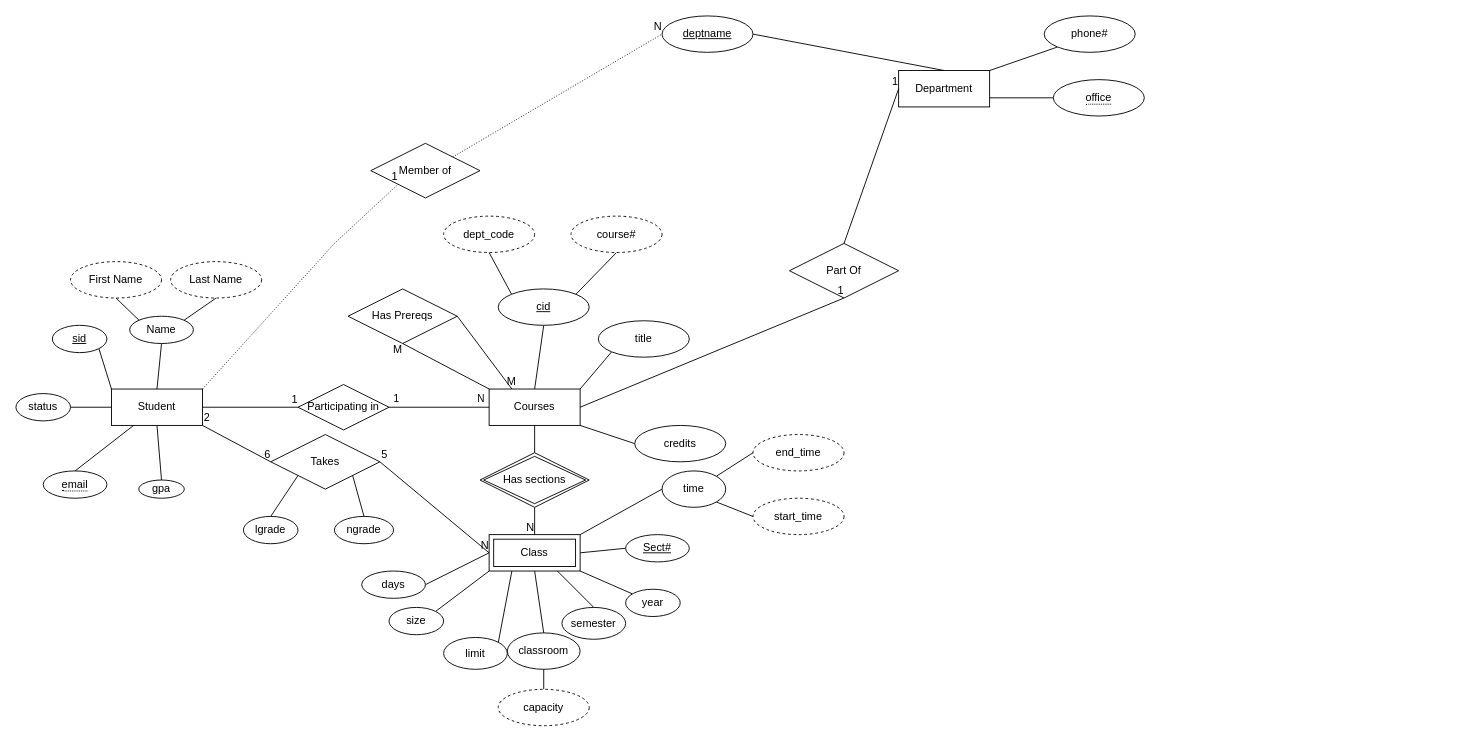
Earlier version of the draw.io diagram Untitled Diagram.drawio (XChronosCS/CS432). Source tidied: cells renumbered, new cells numbered last; positions are measured from the earlier drawing's top-left corner, leaving out a move shared by most shapes. Both pictures are drawn from the tidied source at 91%, with x=0, y=0 at pixel (15, 15).
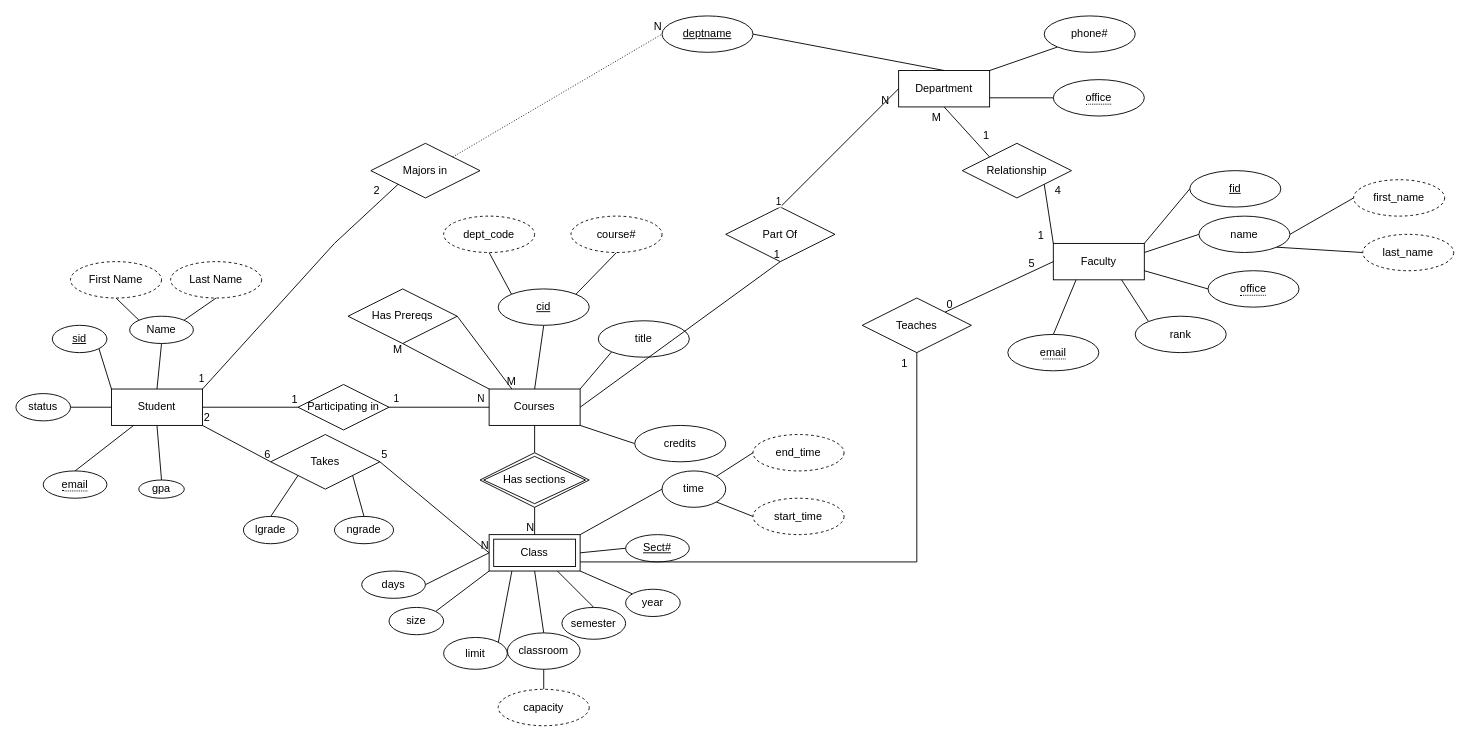
After the change.

Commit message:
pretty much finished

Unchanged cells that the change refers to:
```xml
<mxCell id="2" value="Student" style="whiteSpace=wrap;html=1;align=center;fontColor=default;" parent="1" vertex="1">
  <mxGeometry x="105" y="410" width="100" height="40" as="geometry" />
</mxCell>
<mxCell id="40" value="Class&lt;br&gt;" style="shape=ext;margin=3;double=1;whiteSpace=wrap;html=1;align=center;fontColor=default;" parent="1" vertex="1">
  <mxGeometry x="520" y="570" width="100" height="40" as="geometry" />
</mxCell>
<mxCell id="70" value="Department" style="whiteSpace=wrap;html=1;align=center;fontColor=default;" parent="1" vertex="1">
  <mxGeometry x="970" y="60" width="100" height="40" as="geometry" />
</mxCell>
<mxCell id="78" style="endArrow=none;html=1;rounded=0;fontColor=default;entryX=0;entryY=0.5;entryDx=0;entryDy=0;exitX=0.5;exitY=0;exitDx=0;exitDy=0;" parent="1" edge="1" source="75" target="70">
  <mxGeometry relative="1" as="geometry" />
</mxCell>
```

Change to the diagram source:
```diff
@@
     <mxCell id="75" value="Part Of" style="shape=rhombus;perimeter=rhombusPerimeter;whiteSpace=wrap;html=1;align=center;fontColor=default;" parent="1" vertex="1">
-      <mxGeometry x="850" y="250" width="120" height="60" as="geometry" />
+      <mxGeometry x="780" y="210" width="120" height="60" as="geometry" />
     </mxCell>
@@
-    <mxCell id="79" value="1" style="html=1;align=right;verticalAlign=bottom;" parent="78" vertex="1">
-      <mxGeometry x="1" relative="1" as="geometry" />
+    <mxCell id="79" value="N" style="html=1;align=right;verticalAlign=bottom;" parent="78" vertex="1">
+      <mxGeometry x="1" relative="1" as="geometry">
+        <mxPoint x="-10" y="21" as="offset" />
+      </mxGeometry>
     </mxCell>
+    <mxCell id="94" value="1" style="edgeLabel;html=1;align=center;verticalAlign=middle;fontColor=default;" parent="78" vertex="1">
+      <mxGeometry x="-0.86" y="1" relative="1" as="geometry">
+        <mxPoint x="-11" y="3" as="offset" />
+      </mxGeometry>
+    </mxCell>
@@
-    <mxCell id="82" value="Member of" style="shape=rhombus;perimeter=rhombusPerimeter;whiteSpace=wrap;html=1;align=center;fontColor=default;" parent="1" vertex="1">
+    <mxCell id="82" value="Majors in" style="shape=rhombus;perimeter=rhombusPerimeter;whiteSpace=wrap;html=1;align=center;fontColor=default;" parent="1" vertex="1">
       <mxGeometry x="390" y="140" width="120" height="60" as="geometry" />
     </mxCell>
-    <mxCell id="83" style="endArrow=none;html=1;rounded=0;dashed=1;dashPattern=1 2;fontColor=default;entryX=0;entryY=1;entryDx=0;entryDy=0;exitX=1;exitY=0;exitDx=0;exitDy=0;" parent="1" edge="1" source="2" target="82">
+    <mxCell id="83" style="endArrow=none;html=1;rounded=0;fontColor=default;entryX=0;entryY=1;entryDx=0;entryDy=0;exitX=1;exitY=0;exitDx=0;exitDy=0;" parent="1" edge="1" source="2" target="82">
       <mxGeometry relative="1" as="geometry">
         <Array as="points">
           <mxPoint x="350" y="250" />
         </Array>
       </mxGeometry>
     </mxCell>
-    <mxCell id="84" value="1" style="html=1;align=right;verticalAlign=bottom;" parent="83" vertex="1">
-      <mxGeometry x="1" relative="1" as="geometry" />
+    <mxCell id="84" value="2" style="html=1;align=right;verticalAlign=bottom;" parent="83" vertex="1">
+      <mxGeometry x="1" relative="1" as="geometry">
+        <mxPoint x="-20" y="15" as="offset" />
+      </mxGeometry>
     </mxCell>
+    <mxCell id="95" value="1&lt;br&gt;" style="edgeLabel;html=1;align=center;verticalAlign=middle;fontColor=default;" parent="83" vertex="1">
+      <mxGeometry x="-0.7" y="-1" relative="1" as="geometry">
+        <mxPoint x="-34" y="23" as="offset" />
+      </mxGeometry>
+    </mxCell>
@@
+    <mxCell id="96" style="edgeStyle=none;rounded=0;jettySize=auto;html=1;exitX=1;exitY=0.25;exitDx=0;exitDy=0;entryX=0;entryY=0.5;entryDx=0;entryDy=0;fontColor=default;endArrow=none;endFill=0;" parent="1" edge="1" source="97" target="101">
+      <mxGeometry relative="1" as="geometry" />
+    </mxCell>
+    <mxCell id="97" value="Faculty" style="whiteSpace=wrap;html=1;align=center;fontColor=default;" parent="1" vertex="1">
+      <mxGeometry x="1140" y="250" width="100" height="40" as="geometry" />
+    </mxCell>
+    <mxCell id="98" style="edgeStyle=none;rounded=0;jettySize=auto;html=1;exitX=0;exitY=0.5;exitDx=0;exitDy=0;entryX=1;entryY=0;entryDx=0;entryDy=0;fontColor=default;endArrow=none;endFill=0;" parent="1" edge="1" source="99" target="97">
+      <mxGeometry relative="1" as="geometry" />
+    </mxCell>
+    <mxCell id="99" value="fid" style="ellipse;whiteSpace=wrap;html=1;align=center;fontStyle=4;fontColor=default;" parent="1" vertex="1">
+      <mxGeometry x="1290" y="170" width="100" height="40" as="geometry" />
+    </mxCell>
+    <mxCell id="100" style="edgeStyle=none;rounded=0;jettySize=auto;html=1;exitX=1;exitY=0.5;exitDx=0;exitDy=0;entryX=0;entryY=0.5;entryDx=0;entryDy=0;fontColor=default;endArrow=none;endFill=0;" parent="1" edge="1" source="101" target="102">
+      <mxGeometry relative="1" as="geometry" />
+    </mxCell>
+    <mxCell id="101" value="name" style="ellipse;whiteSpace=wrap;html=1;align=center;fontColor=default;" parent="1" vertex="1">
+      <mxGeometry x="1300" y="220" width="100" height="40" as="geometry" />
+    </mxCell>
+    <mxCell id="102" value="first_name" style="ellipse;whiteSpace=wrap;html=1;align=center;dashed=1;fontColor=default;" parent="1" vertex="1">
+      <mxGeometry x="1470" y="180" width="100" height="40" as="geometry" />
+    </mxCell>
+    <mxCell id="103" style="edgeStyle=none;rounded=0;jettySize=auto;html=1;exitX=0;exitY=0.5;exitDx=0;exitDy=0;entryX=1;entryY=1;entryDx=0;entryDy=0;fontColor=default;endArrow=none;endFill=0;" parent="1" edge="1" source="104" target="101">
+      <mxGeometry relative="1" as="geometry" />
+    </mxCell>
+    <mxCell id="104" value="last_name" style="ellipse;whiteSpace=wrap;html=1;align=center;dashed=1;fontColor=default;" parent="1" vertex="1">
+      <mxGeometry x="1480" y="240" width="100" height="40" as="geometry" />
+    </mxCell>
+    <mxCell id="105" style="edgeStyle=none;rounded=0;jettySize=auto;html=1;exitX=0;exitY=0.5;exitDx=0;exitDy=0;entryX=1;entryY=0.75;entryDx=0;entryDy=0;fontColor=default;endArrow=none;endFill=0;" parent="1" edge="1" source="110" target="97">
+      <mxGeometry relative="1" as="geometry" />
+    </mxCell>
+    <mxCell id="106" style="edgeStyle=none;rounded=0;jettySize=auto;html=1;exitX=0;exitY=0;exitDx=0;exitDy=0;entryX=0.75;entryY=1;entryDx=0;entryDy=0;fontColor=default;endArrow=none;endFill=0;" parent="1" edge="1" source="107" target="97">
+      <mxGeometry relative="1" as="geometry" />
+    </mxCell>
+    <mxCell id="107" value="rank" style="ellipse;whiteSpace=wrap;html=1;align=center;fontColor=default;" parent="1" vertex="1">
+      <mxGeometry x="1230" y="330" width="100" height="40" as="geometry" />
+    </mxCell>
+    <mxCell id="108" style="edgeStyle=none;rounded=0;jettySize=auto;html=1;exitX=0.5;exitY=0;exitDx=0;exitDy=0;entryX=0.25;entryY=1;entryDx=0;entryDy=0;fontColor=default;endArrow=none;endFill=0;" parent="1" edge="1" source="109" target="97">
+      <mxGeometry relative="1" as="geometry" />
+    </mxCell>
+    <mxCell id="109" value="&lt;span style=&quot;border-bottom: 1px dotted&quot;&gt;email&lt;/span&gt;" style="ellipse;whiteSpace=wrap;html=1;align=center;fontColor=default;" parent="1" vertex="1">
+      <mxGeometry x="1090" y="350" width="100" height="40" as="geometry" />
+    </mxCell>
+    <mxCell id="110" value="&lt;span style=&quot;border-bottom: 1px dotted&quot;&gt;office&lt;br&gt;&lt;/span&gt;" style="ellipse;whiteSpace=wrap;html=1;align=center;fontColor=default;" parent="1" vertex="1">
+      <mxGeometry x="1310" y="280" width="100" height="40" as="geometry" />
+    </mxCell>
+    <mxCell id="111" value="Relationship" style="shape=rhombus;perimeter=rhombusPerimeter;whiteSpace=wrap;html=1;align=center;fontColor=default;" parent="1" vertex="1">
+      <mxGeometry x="1040" y="140" width="120" height="60" as="geometry" />
+    </mxCell>
+    <mxCell id="112" style="endArrow=none;html=1;rounded=0;fontColor=default;entryX=0;entryY=0;entryDx=0;entryDy=0;exitX=1;exitY=1;exitDx=0;exitDy=0;" parent="1" edge="1" source="111" target="97">
+      <mxGeometry relative="1" as="geometry" />
+    </mxCell>
+    <mxCell id="113" value="4" style="html=1;align=left;verticalAlign=bottom;" parent="112" vertex="1">
+      <mxGeometry x="-1" relative="1" as="geometry">
+        <mxPoint x="10" y="15" as="offset" />
+      </mxGeometry>
+    </mxCell>
+    <mxCell id="114" value="1" style="html=1;align=right;verticalAlign=bottom;" parent="112" vertex="1">
+      <mxGeometry x="1" relative="1" as="geometry">
+        <mxPoint x="-10" as="offset" />
+      </mxGeometry>
+    </mxCell>
+    <mxCell id="115" style="endArrow=none;html=1;rounded=0;fontColor=default;exitX=0.5;exitY=1;exitDx=0;exitDy=0;entryX=0;entryY=0;entryDx=0;entryDy=0;" parent="1" edge="1" source="70" target="111">
+      <mxGeometry relative="1" as="geometry" />
+    </mxCell>
+    <mxCell id="116" value="M" style="html=1;align=left;verticalAlign=bottom;" parent="115" vertex="1">
+      <mxGeometry x="-1" relative="1" as="geometry">
+        <mxPoint x="-15" y="20" as="offset" />
+      </mxGeometry>
+    </mxCell>
+    <mxCell id="117" value="1" style="html=1;align=right;verticalAlign=bottom;" parent="115" vertex="1">
+      <mxGeometry x="1" relative="1" as="geometry">
+        <mxPoint y="-15" as="offset" />
+      </mxGeometry>
+    </mxCell>
+    <mxCell id="118" value="Teaches" style="shape=rhombus;perimeter=rhombusPerimeter;whiteSpace=wrap;html=1;align=center;fontColor=default;" parent="1" vertex="1">
+      <mxGeometry x="930" y="310" width="120" height="60" as="geometry" />
+    </mxCell>
+    <mxCell id="119" style="endArrow=none;html=1;rounded=0;fontColor=default;exitX=1;exitY=0.75;exitDx=0;exitDy=0;edgeStyle=orthogonalEdgeStyle;entryX=0.5;entryY=1;entryDx=0;entryDy=0;" parent="1" edge="1" source="40" target="118">
+      <mxGeometry relative="1" as="geometry" />
+    </mxCell>
+    <mxCell id="120" value="1" style="html=1;align=right;verticalAlign=bottom;" parent="119" vertex="1">
+      <mxGeometry x="1" relative="1" as="geometry">
+        <mxPoint x="-10" y="20" as="offset" />
+      </mxGeometry>
+    </mxCell>
+    <mxCell id="121" style="endArrow=none;html=1;rounded=0;fontColor=default;entryX=0;entryY=0.5;entryDx=0;entryDy=0;" parent="1" edge="1" source="118" target="97">
+      <mxGeometry relative="1" as="geometry" />
+    </mxCell>
+    <mxCell id="122" value="0" style="html=1;align=left;verticalAlign=bottom;" parent="121" vertex="1">
+      <mxGeometry x="-1" relative="1" as="geometry" />
+    </mxCell>
+    <mxCell id="123" value="5" style="html=1;align=right;verticalAlign=bottom;" parent="121" vertex="1">
+      <mxGeometry x="1" relative="1" as="geometry">
+        <mxPoint x="-20" y="10" as="offset" />
+      </mxGeometry>
+    </mxCell>
```
